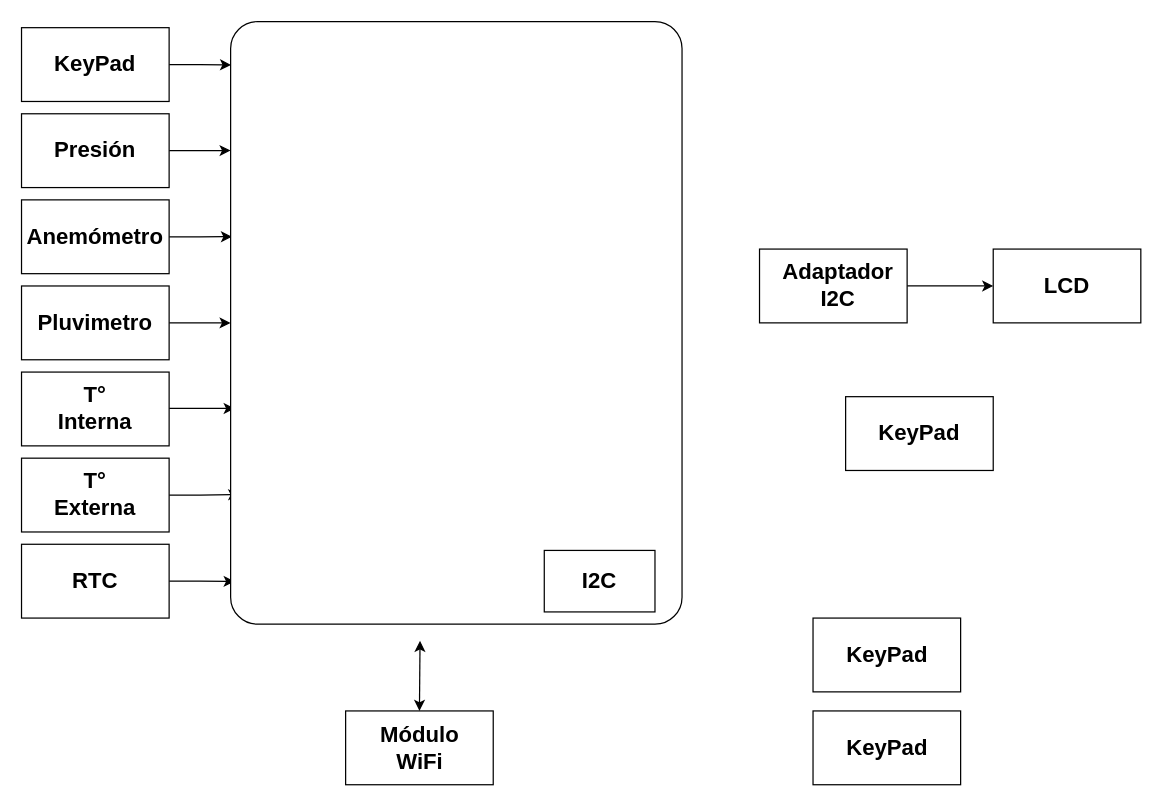
This is ProyectoDDS.drawio from xDanman/ProyectoSep, a draw.io file, before an edit. Source tidied: cells renumbered, new cells numbered last; positions are measured from the earlier drawing's top-left corner, leaving out a move shared by most shapes. Both pictures are drawn from the tidied source at 123%, with x=0, y=0 at pixel (21, 21).
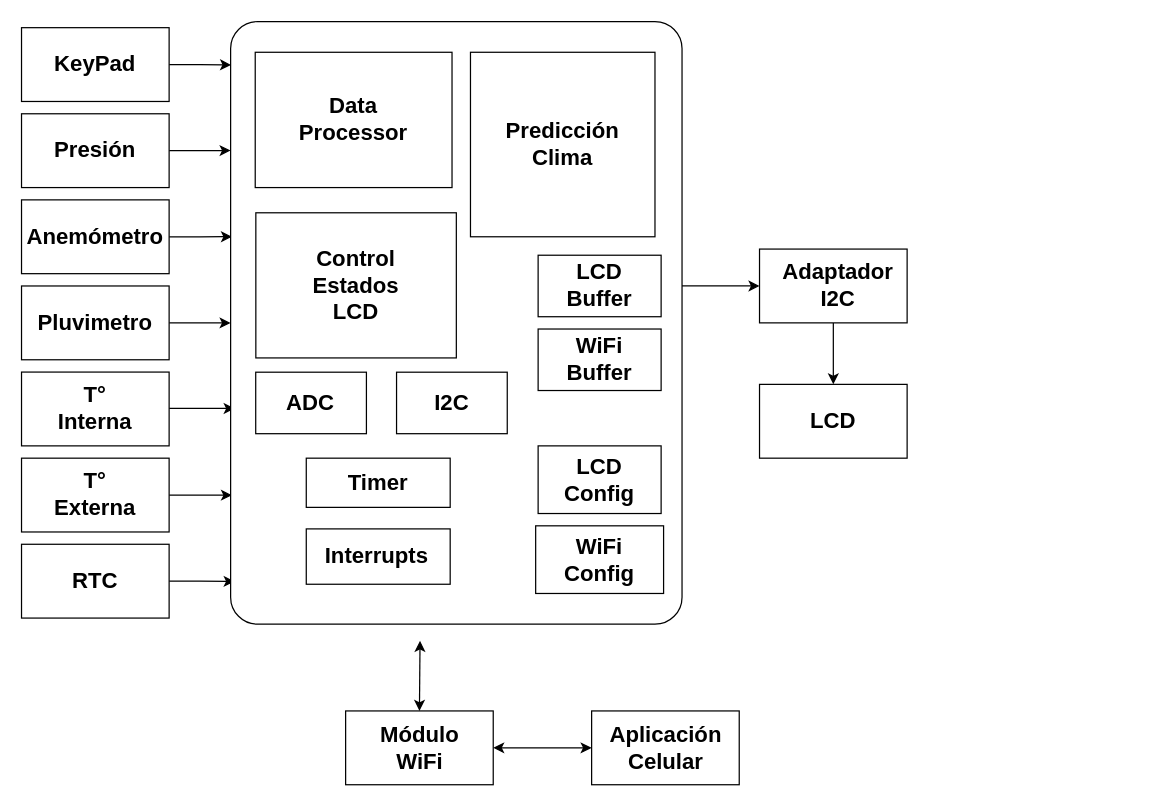
Above is the later version.

Commit message (it also covers changes not shown here):
Diagrama de software listo

Unchanged cells that the change refers to:
```xml
<mxCell id="2" style="rounded=0;whiteSpace=wrap;html=1;" parent="1" vertex="1">
  <mxGeometry x="263.5" y="560.5" width="120" height="60" as="geometry" />
</mxCell>
<mxCell id="5" style="rounded=0;whiteSpace=wrap;html=1;" parent="1" vertex="1">
  <mxGeometry x="600" y="185" width="120" height="60" as="geometry" />
</mxCell>
<mxCell id="19" style="rounded=0;whiteSpace=wrap;html=1;" parent="1" vertex="1">
  <mxGeometry y="355" width="120" height="60" as="geometry" />
</mxCell>
<mxCell id="31" style="rounded=1;whiteSpace=wrap;html=1;arcSize=6;" parent="1" vertex="1">
  <mxGeometry x="170" width="367" height="490" as="geometry" />
</mxCell>
```

Change to the diagram source:
```diff
@@
-    <mxCell id="4" style="edgeStyle=orthogonalEdgeStyle;rounded=0;jettySize=auto;html=1;entryX=0;entryY=0.5;entryDx=0;entryDy=0;" parent="1" edge="1" source="5" target="7">
+    <mxCell id="4" style="edgeStyle=orthogonalEdgeStyle;rounded=0;jettySize=auto;html=1;entryX=0.5;entryY=0;entryDx=0;entryDy=0;" parent="1" edge="1" source="5" target="7">
       <mxGeometry relative="1" as="geometry" />
     </mxCell>
@@
     <mxCell id="7" style="rounded=0;whiteSpace=wrap;html=1;" parent="1" vertex="1">
-      <mxGeometry x="790" y="185" width="120" height="60" as="geometry" />
+      <mxGeometry x="600" y="295" width="120" height="60" as="geometry" />
     </mxCell>
     <mxCell id="8" value="&lt;font size=&quot;1&quot;&gt;&lt;b style=&quot;font-size: 18px&quot;&gt;LCD&lt;/b&gt;&lt;/font&gt;" style="text;html=1;strokeColor=none;fillColor=none;align=center;verticalAlign=middle;whiteSpace=wrap;rounded=0;" parent="1" vertex="1">
-      <mxGeometry x="830" y="205" width="40" height="20" as="geometry" />
+      <mxGeometry x="640" y="315" width="40" height="20" as="geometry" />
     </mxCell>
@@
-    <mxCell id="18" style="edgeStyle=orthogonalEdgeStyle;rounded=0;jettySize=auto;html=1;entryX=0.019;entryY=0.785;entryDx=0;entryDy=0;entryPerimeter=0;" parent="1" edge="1" source="19" target="31">
+    <mxCell id="18" style="edgeStyle=orthogonalEdgeStyle;rounded=0;jettySize=auto;html=1;entryX=0.003;entryY=0.786;entryDx=0;entryDy=0;entryPerimeter=0;" parent="1" edge="1" source="19" target="31">
       <mxGeometry relative="1" as="geometry" />
     </mxCell>
@@
+    <mxCell id="40" style="edgeStyle=orthogonalEdgeStyle;rounded=0;orthogonalLoop=1;jettySize=auto;html=1;" parent="1" edge="1">
+      <mxGeometry relative="1" as="geometry">
+        <mxPoint x="537" y="215" as="sourcePoint" />
+        <mxPoint x="600" y="215" as="targetPoint" />
+      </mxGeometry>
+    </mxCell>
     <mxCell id="32" style="rounded=0;whiteSpace=wrap;html=1;" parent="1" vertex="1">
-      <mxGeometry x="670" y="305" width="120" height="60" as="geometry" />
+      <mxGeometry x="420" y="190" width="100" height="50" as="geometry" />
     </mxCell>
-    <mxCell id="33" value="&lt;font size=&quot;1&quot;&gt;&lt;b style=&quot;font-size: 18px&quot;&gt;KeyPad&lt;/b&gt;&lt;/font&gt;" style="text;html=1;strokeColor=none;fillColor=none;align=center;verticalAlign=middle;whiteSpace=wrap;rounded=0;" parent="1" vertex="1">
-      <mxGeometry x="710" y="325" width="40" height="20" as="geometry" />
+    <mxCell id="33" value="&lt;font size=&quot;1&quot;&gt;&lt;b style=&quot;font-size: 18px&quot;&gt;LCD Buffer&lt;/b&gt;&lt;/font&gt;" style="text;html=1;strokeColor=none;fillColor=none;align=center;verticalAlign=middle;whiteSpace=wrap;rounded=0;" parent="1" vertex="1">
+      <mxGeometry x="450" y="205" width="40" height="20" as="geometry" />
     </mxCell>
     <mxCell id="34" style="rounded=0;whiteSpace=wrap;html=1;" parent="1" vertex="1">
-      <mxGeometry x="425" y="430" width="90" height="50" as="geometry" />
+      <mxGeometry x="304.9" y="285.1" width="90" height="50" as="geometry" />
     </mxCell>
     <mxCell id="35" value="&lt;font size=&quot;1&quot;&gt;&lt;b style=&quot;font-size: 18px&quot;&gt;I2C&lt;/b&gt;&lt;/font&gt;" style="text;html=1;strokeColor=none;fillColor=none;align=center;verticalAlign=middle;whiteSpace=wrap;rounded=0;" parent="1" vertex="1">
-      <mxGeometry x="450" y="445" width="40" height="20" as="geometry" />
+      <mxGeometry x="329.9" y="300.1" width="40" height="20" as="geometry" />
     </mxCell>
     <mxCell id="36" style="rounded=0;whiteSpace=wrap;html=1;" parent="1" vertex="1">
-      <mxGeometry x="643.5" y="485" width="120" height="60" as="geometry" />
+      <mxGeometry x="190" y="25" width="160" height="110" as="geometry" />
     </mxCell>
-    <mxCell id="37" value="&lt;font size=&quot;1&quot;&gt;&lt;b style=&quot;font-size: 18px&quot;&gt;KeyPad&lt;/b&gt;&lt;/font&gt;" style="text;html=1;strokeColor=none;fillColor=none;align=center;verticalAlign=middle;whiteSpace=wrap;rounded=0;" parent="1" vertex="1">
-      <mxGeometry x="683.5" y="505" width="40" height="20" as="geometry" />
+    <mxCell id="37" value="&lt;font size=&quot;1&quot;&gt;&lt;b style=&quot;font-size: 18px&quot;&gt;Data Processor&lt;/b&gt;&lt;/font&gt;" style="text;html=1;strokeColor=none;fillColor=none;align=center;verticalAlign=middle;whiteSpace=wrap;rounded=0;" parent="1" vertex="1">
+      <mxGeometry x="250" y="70" width="40" height="20" as="geometry" />
     </mxCell>
-    <mxCell id="38" style="rounded=0;whiteSpace=wrap;html=1;" parent="1" vertex="1">
-      <mxGeometry x="643.5" y="560.5" width="120" height="60" as="geometry" />
-    </mxCell>
-    <mxCell id="39" value="&lt;font size=&quot;1&quot;&gt;&lt;b style=&quot;font-size: 18px&quot;&gt;KeyPad&lt;/b&gt;&lt;/font&gt;" style="text;html=1;strokeColor=none;fillColor=none;align=center;verticalAlign=middle;whiteSpace=wrap;rounded=0;" parent="1" vertex="1">
-      <mxGeometry x="683.5" y="580.5" width="40" height="20" as="geometry" />
-    </mxCell>
+    <mxCell id="41" style="rounded=0;whiteSpace=wrap;html=1;" parent="1" vertex="1">
+      <mxGeometry x="190.5" y="155.5" width="163" height="118" as="geometry" />
+    </mxCell>
+    <mxCell id="42" value="&lt;font size=&quot;1&quot;&gt;&lt;b style=&quot;font-size: 18px&quot;&gt;Control Estados LCD&lt;/b&gt;&lt;/font&gt;" style="text;html=1;strokeColor=none;fillColor=none;align=center;verticalAlign=middle;whiteSpace=wrap;rounded=0;" parent="1" vertex="1">
+      <mxGeometry x="252" y="204.5" width="40" height="20" as="geometry" />
+    </mxCell>
+    <mxCell id="43" style="rounded=0;whiteSpace=wrap;html=1;" parent="1" vertex="1">
+      <mxGeometry x="190.4" y="285.1" width="90" height="50" as="geometry" />
+    </mxCell>
+    <mxCell id="44" value="&lt;font size=&quot;1&quot;&gt;&lt;b style=&quot;font-size: 18px&quot;&gt;ADC&lt;/b&gt;&lt;/font&gt;" style="text;html=1;strokeColor=none;fillColor=none;align=center;verticalAlign=middle;whiteSpace=wrap;rounded=0;" parent="1" vertex="1">
+      <mxGeometry x="215.4" y="300.1" width="40" height="20" as="geometry" />
+    </mxCell>
+    <mxCell id="45" style="rounded=0;whiteSpace=wrap;html=1;" parent="1" vertex="1">
+      <mxGeometry x="231.5" y="355" width="117" height="40" as="geometry" />
+    </mxCell>
+    <mxCell id="46" value="&lt;font size=&quot;1&quot;&gt;&lt;b style=&quot;font-size: 18px&quot;&gt;Timer&lt;/b&gt;&lt;/font&gt;" style="text;html=1;strokeColor=none;fillColor=none;align=center;verticalAlign=middle;whiteSpace=wrap;rounded=0;" parent="1" vertex="1">
+      <mxGeometry x="269.9" y="365.1" width="40" height="20" as="geometry" />
+    </mxCell>
+    <mxCell id="47" style="rounded=0;whiteSpace=wrap;html=1;" parent="1" vertex="1">
+      <mxGeometry x="418" y="410" width="104" height="55" as="geometry" />
+    </mxCell>
+    <mxCell id="48" value="&lt;font size=&quot;1&quot;&gt;&lt;b style=&quot;font-size: 18px&quot;&gt;WiFi Config&lt;/b&gt;&lt;/font&gt;" style="text;html=1;strokeColor=none;fillColor=none;align=center;verticalAlign=middle;whiteSpace=wrap;rounded=0;" parent="1" vertex="1">
+      <mxGeometry x="450" y="427.5" width="40" height="20" as="geometry" />
+    </mxCell>
+    <mxCell id="49" style="rounded=0;whiteSpace=wrap;html=1;" parent="1" vertex="1">
+      <mxGeometry x="365" y="25" width="150" height="150" as="geometry" />
+    </mxCell>
+    <mxCell id="50" value="&lt;font size=&quot;1&quot;&gt;&lt;b style=&quot;font-size: 18px&quot;&gt;Predicción&lt;br&gt;Clima&lt;br&gt;&lt;/b&gt;&lt;/font&gt;" style="text;html=1;strokeColor=none;fillColor=none;align=center;verticalAlign=middle;whiteSpace=wrap;rounded=0;" parent="1" vertex="1">
+      <mxGeometry x="420" y="90" width="40" height="20" as="geometry" />
+    </mxCell>
+    <mxCell id="51" style="rounded=0;whiteSpace=wrap;html=1;" parent="1" vertex="1">
+      <mxGeometry x="231.5" y="412.5" width="117" height="45" as="geometry" />
+    </mxCell>
+    <mxCell id="52" value="&lt;span style=&quot;font-size: 18px&quot;&gt;&lt;b&gt;Interrupts&lt;/b&gt;&lt;/span&gt;" style="text;html=1;strokeColor=none;fillColor=none;align=center;verticalAlign=middle;whiteSpace=wrap;rounded=0;" parent="1" vertex="1">
+      <mxGeometry x="269" y="425" width="40" height="20" as="geometry" />
+    </mxCell>
+    <mxCell id="53" style="rounded=0;whiteSpace=wrap;html=1;" parent="1" vertex="1">
+      <mxGeometry x="420" y="345" width="100" height="55" as="geometry" />
+    </mxCell>
+    <mxCell id="54" value="&lt;font size=&quot;1&quot;&gt;&lt;b style=&quot;font-size: 18px&quot;&gt;LCD Config&lt;/b&gt;&lt;/font&gt;" style="text;html=1;strokeColor=none;fillColor=none;align=center;verticalAlign=middle;whiteSpace=wrap;rounded=0;" parent="1" vertex="1">
+      <mxGeometry x="450" y="362.5" width="40" height="20" as="geometry" />
+    </mxCell>
+    <mxCell id="55" style="rounded=0;whiteSpace=wrap;html=1;" parent="1" vertex="1">
+      <mxGeometry x="420" y="250" width="100" height="50" as="geometry" />
+    </mxCell>
+    <mxCell id="56" value="&lt;font size=&quot;1&quot;&gt;&lt;b style=&quot;font-size: 18px&quot;&gt;WiFi Buffer&lt;/b&gt;&lt;/font&gt;" style="text;html=1;strokeColor=none;fillColor=none;align=center;verticalAlign=middle;whiteSpace=wrap;rounded=0;" parent="1" vertex="1">
+      <mxGeometry x="450" y="265" width="40" height="20" as="geometry" />
+    </mxCell>
+    <mxCell id="57" style="rounded=0;whiteSpace=wrap;html=1;" parent="1" vertex="1">
+      <mxGeometry x="463.5" y="560.5" width="120" height="60" as="geometry" />
+    </mxCell>
+    <mxCell id="58" value="&lt;font size=&quot;1&quot;&gt;&lt;b style=&quot;font-size: 18px&quot;&gt;Aplicación Celular&lt;/b&gt;&lt;/font&gt;" style="text;html=1;strokeColor=none;fillColor=none;align=center;verticalAlign=middle;whiteSpace=wrap;rounded=0;" parent="1" vertex="1">
+      <mxGeometry x="503.5" y="580.5" width="40" height="20" as="geometry" />
+    </mxCell>
+    <mxCell id="59" style="endArrow=classic;startArrow=classic;html=1;entryX=0;entryY=0.5;entryDx=0;entryDy=0;exitX=1;exitY=0.5;exitDx=0;exitDy=0;" parent="1" edge="1" source="2" target="57">
+      <mxGeometry relative="1" as="geometry" />
+    </mxCell>
```
